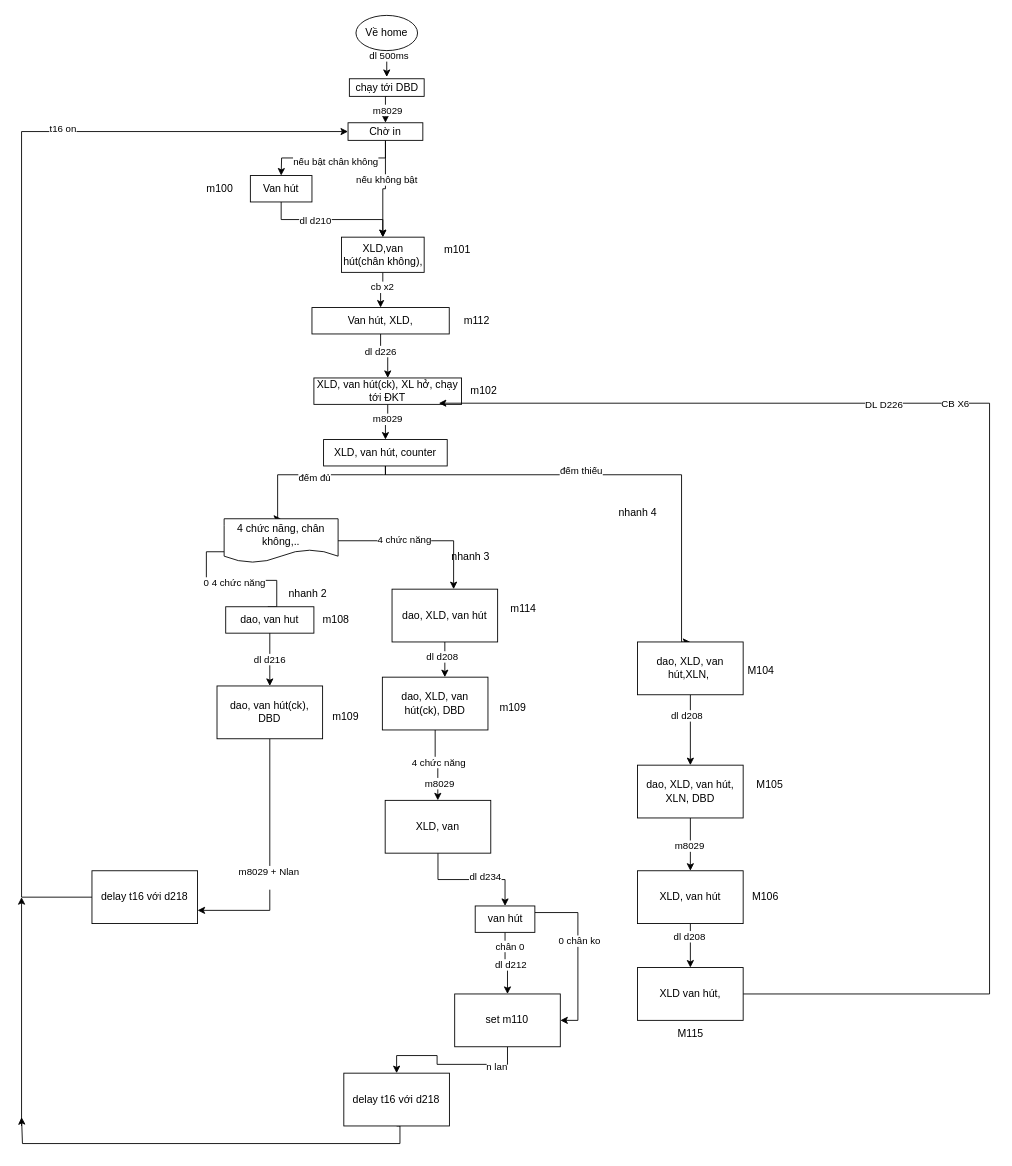
Above: trai muc truoc.drawio in robowindgit/a0-quyencun (draw.io), before the change. Source tidied: cells renumbered, new cells numbered last; positions are measured from the earlier drawing's top-left corner, leaving out a move shared by most shapes. Both pictures are drawn from the tidied source at 88%, with x=0, y=0 at pixel (21, 15).
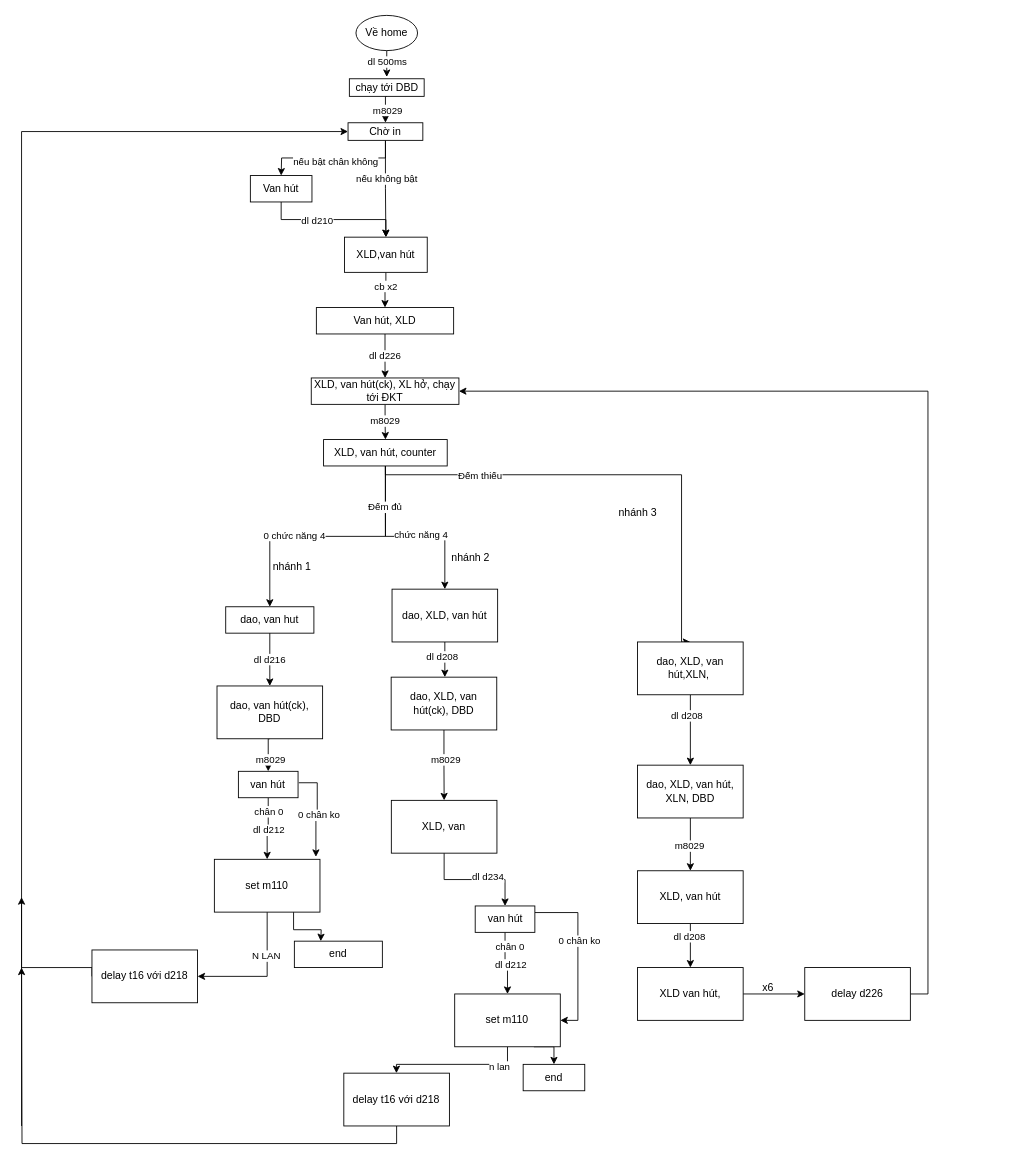
After the change.

Commit message (it also covers changes not shown here):
Cập nhật trai muc truoc.drawio

Unchanged cells that the change refers to:
```xml
<mxCell id="2" style="edgeStyle=orthogonalEdgeStyle;rounded=0;orthogonalLoop=1;jettySize=auto;html=1;exitX=0.5;exitY=1;exitDx=0;exitDy=0;" parent="1" edge="1">
  <mxGeometry relative="1" as="geometry">
    <mxPoint x="415" y="40" as="sourcePoint" />
    <mxPoint x="415" y="70" as="targetPoint" />
  </mxGeometry>
</mxCell>
<mxCell id="13" value="Chờ in" style="rounded=0;whiteSpace=wrap;html=1;" parent="1" vertex="1">
  <mxGeometry x="371" y="122" width="85" height="20" as="geometry" />
</mxCell>
<mxCell id="20" style="edgeStyle=orthogonalEdgeStyle;rounded=0;jettySize=auto;html=1;exitX=0.5;exitY=1;exitDx=0;exitDy=0;entryX=0.5;entryY=0;entryDx=0;entryDy=0;" parent="1" edge="1" source="22" target="25">
  <mxGeometry relative="1" as="geometry" />
</mxCell>
<mxCell id="23" style="edgeStyle=orthogonalEdgeStyle;rounded=0;jettySize=auto;html=1;exitX=0.5;exitY=1;exitDx=0;exitDy=0;" parent="1" edge="1" source="25" target="30">
  <mxGeometry relative="1" as="geometry" />
</mxCell>
<mxCell id="28" style="edgeStyle=orthogonalEdgeStyle;rounded=0;jettySize=auto;html=1;exitX=0.5;exitY=1;exitDx=0;exitDy=0;entryX=0.5;entryY=0;entryDx=0;entryDy=0;" parent="1" edge="1" source="30" target="68">
  <mxGeometry relative="1" as="geometry">
    <Array as="points">
      <mxPoint x="414" y="522" />
      <mxPoint x="750" y="522" />
      <mxPoint x="750" y="712" />
    </Array>
  </mxGeometry>
</mxCell>
<mxCell id="30" value="XLD, van hút, counter" style="whiteSpace=wrap;html=1;" parent="1" vertex="1">
  <mxGeometry x="343.2" y="482" width="140.5" height="30" as="geometry" />
</mxCell>
<mxCell id="34" value="dao, van hut" style="whiteSpace=wrap;html=1;" parent="1" vertex="1">
  <mxGeometry x="232" y="672" width="100.2" height="30" as="geometry" />
</mxCell>
<mxCell id="38" value="dao, van hút(ck), DBD" style="whiteSpace=wrap;html=1;" parent="1" vertex="1">
  <mxGeometry x="222.1" y="762" width="120" height="60" as="geometry" />
</mxCell>
<mxCell id="44" value="dao, XLD, van hút" style="whiteSpace=wrap;html=1;" parent="1" vertex="1">
  <mxGeometry x="421" y="652" width="120" height="60" as="geometry" />
</mxCell>
<mxCell id="63" value="set m110" style="whiteSpace=wrap;html=1;" parent="1" vertex="1">
  <mxGeometry x="492.2" y="1112" width="120" height="60" as="geometry" />
</mxCell>
<mxCell id="65" value="delay t16 với d218" style="whiteSpace=wrap;html=1;" parent="1" vertex="1">
  <mxGeometry x="366.2" y="1202" width="120" height="60" as="geometry" />
</mxCell>
<mxCell id="78" value="XLD van hút," style="whiteSpace=wrap;html=1;" parent="1" vertex="1">
  <mxGeometry x="700" y="1082" width="120" height="60" as="geometry" />
</mxCell>
```

What changed in the source:
```diff
@@
     <mxCell id="3" value="dl 500ms&amp;nbsp;" style="edgeLabel;html=1;align=center;verticalAlign=middle;" parent="2" vertex="1">
-      <mxGeometry x="-0.65" y="3" relative="1" as="geometry" />
+      <mxGeometry x="-0.65" y="3" relative="1" as="geometry">
+        <mxPoint x="-2" y="7" as="offset" />
+      </mxGeometry>
     </mxCell>
@@
-    <mxCell id="19" value="XLD,van hút(chân không)," style="whiteSpace=wrap;html=1;" parent="1" vertex="1">
-      <mxGeometry x="363.5" y="252" width="94" height="40" as="geometry" />
+    <mxCell id="19" value="XLD,van hút" style="whiteSpace=wrap;html=1;" parent="1" vertex="1">
+      <mxGeometry x="367" y="252" width="94" height="40" as="geometry" />
     </mxCell>
@@
     <mxCell id="21" value="dl d226" style="edgeLabel;html=1;align=center;verticalAlign=middle;" parent="20" vertex="1">
-      <mxGeometry x="-0.33" y="-1" relative="1" as="geometry" />
+      <mxGeometry x="-0.33" y="-1" relative="1" as="geometry">
+        <mxPoint y="7" as="offset" />
+      </mxGeometry>
     </mxCell>
-    <mxCell id="22" value="Van hút, XLD," style="whiteSpace=wrap;html=1;" parent="1" vertex="1">
-      <mxGeometry x="330" y="332" width="156" height="30" as="geometry" />
+    <mxCell id="22" value="Van hút, XLD" style="whiteSpace=wrap;html=1;" parent="1" vertex="1">
+      <mxGeometry x="335" y="332" width="156" height="30" as="geometry" />
     </mxCell>
@@
     <mxCell id="24" value="m8029" style="edgeLabel;html=1;align=center;verticalAlign=middle;" parent="23" vertex="1">
-      <mxGeometry x="-0.24" y="-1" relative="1" as="geometry" />
+      <mxGeometry x="-0.24" y="-1" relative="1" as="geometry">
+        <mxPoint y="3" as="offset" />
+      </mxGeometry>
     </mxCell>
     <mxCell id="25" value="XLD, van hút(ck), XL hở, chạy tới ĐKT" style="whiteSpace=wrap;html=1;" parent="1" vertex="1">
-      <mxGeometry x="332.2" y="412" width="167.8" height="30" as="geometry" />
+      <mxGeometry x="329.2" y="412" width="167.8" height="30" as="geometry" />
     </mxCell>
-    <mxCell id="26" style="edgeStyle=orthogonalEdgeStyle;rounded=0;jettySize=auto;html=1;exitX=0.5;exitY=1;exitDx=0;exitDy=0;entryX=0.5;entryY=0;entryDx=0;entryDy=0;" parent="1" edge="1" source="30" target="33">
-      <mxGeometry relative="1" as="geometry">
-        <Array as="points">
-          <mxPoint x="411" y="522" />
-          <mxPoint x="291" y="522" />
-          <mxPoint x="291" y="562" />
-        </Array>
-      </mxGeometry>
-    </mxCell>
-    <mxCell id="27" value="đếm đủ" style="edgeLabel;html=1;align=center;verticalAlign=middle;" parent="26" vertex="1">
-      <mxGeometry x="-0.02" y="3" relative="1" as="geometry" />
-    </mxCell>
@@
-    <mxCell id="29" value="đếm thiếu" style="edgeLabel;html=1;align=center;verticalAlign=middle;" parent="28" vertex="1">
-      <mxGeometry x="-0.15" y="5" relative="1" as="geometry" />
+    <mxCell id="29" value="Đếm thiếu" style="edgeLabel;html=1;align=center;verticalAlign=middle;" parent="28" vertex="1">
+      <mxGeometry x="-0.15" y="5" relative="1" as="geometry">
+        <mxPoint x="-115" y="5" as="offset" />
+      </mxGeometry>
     </mxCell>
+    <mxCell id="94" style="edgeStyle=orthogonalEdgeStyle;rounded=0;jettySize=auto;html=1;exitX=0.5;exitY=1;exitDx=0;exitDy=0;entryX=0.5;entryY=0;entryDx=0;entryDy=0;" parent="1" edge="1" source="30" target="34">
+      <mxGeometry relative="1" as="geometry" />
+    </mxCell>
+    <mxCell id="95" value="0 chức năng 4" style="edgeLabel;html=1;align=center;verticalAlign=middle;" parent="94" vertex="1">
+      <mxGeometry x="0.26" y="-2" relative="1" as="geometry" />
+    </mxCell>
+    <mxCell id="96" style="edgeStyle=orthogonalEdgeStyle;rounded=0;jettySize=auto;html=1;exitX=0.5;exitY=1;exitDx=0;exitDy=0;entryX=0.5;entryY=0;entryDx=0;entryDy=0;" parent="1" edge="1" source="30" target="44">
+      <mxGeometry relative="1" as="geometry">
+        <Array as="points">
+          <mxPoint x="414" y="592" />
+          <mxPoint x="481" y="592" />
+        </Array>
+      </mxGeometry>
+    </mxCell>
+    <mxCell id="97" value="Đếm đủ" style="edgeLabel;html=1;align=center;verticalAlign=middle;" parent="96" vertex="1">
+      <mxGeometry x="-0.56" y="-1" relative="1" as="geometry" />
+    </mxCell>
+    <mxCell id="98" value="chức năng 4" style="edgeLabel;html=1;align=center;verticalAlign=middle;" parent="96" vertex="1">
+      <mxGeometry x="0.02" relative="1" as="geometry">
+        <mxPoint x="14" y="-3" as="offset" />
+      </mxGeometry>
+    </mxCell>
@@
-    <mxCell id="31" style="edgeStyle=orthogonalEdgeStyle;rounded=0;jettySize=auto;html=1;exitX=0;exitY=0.75;exitDx=0;exitDy=0;entryX=0.5;entryY=0;entryDx=0;entryDy=0;" parent="1" edge="1" source="33" target="34">
-      <mxGeometry relative="1" as="geometry">
-        <Array as="points">
-          <mxPoint x="210" y="610" />
-          <mxPoint x="210" y="642" />
-          <mxPoint x="290" y="642" />
-          <mxPoint x="290" y="672" />
-          <mxPoint x="280" y="672" />
-          <mxPoint x="280" y="692" />
-          <mxPoint x="282" y="692" />
-        </Array>
-      </mxGeometry>
-    </mxCell>
-    <mxCell id="32" value="0 4 chức năng" style="edgeLabel;html=1;align=center;verticalAlign=middle;" parent="31" vertex="1">
-      <mxGeometry x="-0.22" y="-2" relative="1" as="geometry" />
-    </mxCell>
-    <mxCell id="33" value="4 chức năng, chân không,.." style="shape=document;whiteSpace=wrap;html=1;boundedLbl=1;" parent="1" vertex="1">
-      <mxGeometry x="230.2" y="572" width="129.5" height="50" as="geometry" />
-    </mxCell>
@@
-    <mxCell id="36" style="edgeStyle=orthogonalEdgeStyle;rounded=0;jettySize=auto;html=1;exitX=0.5;exitY=1;exitDx=0;exitDy=0;entryX=1;entryY=0.75;entryDx=0;entryDy=0;" parent="1" edge="1" source="38" target="41">
-      <mxGeometry relative="1" as="geometry" />
-    </mxCell>
-    <mxCell id="37" value="m8029 + Nlan &lt;br&gt;&lt;span style=&quot;white-space: pre;&quot;&gt;&#9;&lt;/span&gt;" style="edgeLabel;html=1;align=center;verticalAlign=middle;" parent="36" vertex="1">
-      <mxGeometry x="0.13" y="-1" relative="1" as="geometry">
-        <mxPoint x="-1" as="offset" />
-      </mxGeometry>
-    </mxCell>
+    <mxCell id="99" style="edgeStyle=orthogonalEdgeStyle;rounded=0;jettySize=auto;html=1;exitX=0.5;exitY=1;exitDx=0;exitDy=0;entryX=0.5;entryY=0;entryDx=0;entryDy=0;" parent="1" edge="1" source="38" target="110">
+      <mxGeometry relative="1" as="geometry" />
+    </mxCell>
+    <mxCell id="100" value="m8029" style="edgeLabel;html=1;align=center;verticalAlign=middle;" parent="99" vertex="1">
+      <mxGeometry x="0.29" y="2" relative="1" as="geometry" />
+    </mxCell>
@@
     <mxCell id="39" style="edgeStyle=orthogonalEdgeStyle;rounded=0;jettySize=auto;html=1;exitX=0;exitY=0.5;exitDx=0;exitDy=0;entryX=0;entryY=0.5;entryDx=0;entryDy=0;" parent="1" edge="1" source="41" target="13">
       <mxGeometry relative="1" as="geometry">
         <Array as="points">
-          <mxPoint y="1002" />
+          <mxPoint x="80" y="1082" />
+          <mxPoint y="1082" />
           <mxPoint y="132" />
         </Array>
       </mxGeometry>
     </mxCell>
-    <mxCell id="40" value="t16 on" style="edgeLabel;html=1;align=center;verticalAlign=middle;" parent="39" vertex="1">
-      <mxGeometry x="0.51" y="4" relative="1" as="geometry" />
-    </mxCell>
     <mxCell id="41" value="delay t16 với d218" style="whiteSpace=wrap;html=1;" parent="1" vertex="1">
-      <mxGeometry x="80" y="972" width="120" height="60" as="geometry" />
+      <mxGeometry x="80" y="1062" width="120" height="60" as="geometry" />
     </mxCell>
@@
-    <mxCell id="45" style="edgeStyle=orthogonalEdgeStyle;rounded=0;jettySize=auto;html=1;exitX=1;exitY=0.5;exitDx=0;exitDy=0;entryX=0.583;entryY=0;entryDx=0;entryDy=0;entryPerimeter=0;" parent="1" edge="1" source="33" target="44">
-      <mxGeometry relative="1" as="geometry" />
-    </mxCell>
-    <mxCell id="46" value="4 chức năng" style="edgeLabel;html=1;align=center;verticalAlign=middle;" parent="45" vertex="1">
-      <mxGeometry x="-0.2" y="2" relative="1" as="geometry" />
-    </mxCell>
@@
-    <mxCell id="48" style="edgeStyle=orthogonalEdgeStyle;rounded=0;jettySize=auto;html=1;exitX=0.5;exitY=1;exitDx=0;exitDy=0;" parent="1" edge="1" source="51" target="54">
-      <mxGeometry relative="1" as="geometry">
-        <Array as="points">
-          <mxPoint x="470" y="852" />
-          <mxPoint x="473" y="852" />
-        </Array>
-      </mxGeometry>
+    <mxCell id="48" style="edgeStyle=orthogonalEdgeStyle;rounded=0;jettySize=auto;html=1;exitX=0.5;exitY=1;exitDx=0;exitDy=0;entryX=0.5;entryY=0;entryDx=0;entryDy=0;" parent="1" edge="1" source="51" target="54">
+      <mxGeometry relative="1" as="geometry" />
     </mxCell>
-    <mxCell id="49" value="4 chức năng" style="edgeLabel;html=1;align=center;verticalAlign=middle;" parent="48" vertex="1">
-      <mxGeometry x="-0.13" y="3" relative="1" as="geometry" />
-    </mxCell>
-    <mxCell id="50" value="m8029" style="edgeLabel;html=1;align=center;verticalAlign=middle;" parent="48" vertex="1">
-      <mxGeometry x="0.51" y="1" relative="1" as="geometry" />
-    </mxCell>
+    <mxCell id="101" value="m8029" style="edgeLabel;html=1;align=center;verticalAlign=middle;" parent="48" vertex="1">
+      <mxGeometry x="-0.17" y="1" relative="1" as="geometry" />
+    </mxCell>
     <mxCell id="51" value="dao, XLD, van hút(ck), DBD" style="whiteSpace=wrap;html=1;" parent="1" vertex="1">
-      <mxGeometry x="410" y="752" width="120" height="60" as="geometry" />
+      <mxGeometry x="420" y="752" width="120" height="60" as="geometry" />
     </mxCell>
@@
     <mxCell id="54" value="XLD, van" style="whiteSpace=wrap;html=1;" parent="1" vertex="1">
-      <mxGeometry x="413.2" y="892" width="120" height="60" as="geometry" />
+      <mxGeometry x="420.2" y="892" width="120" height="60" as="geometry" />
     </mxCell>
@@
     <mxCell id="61" style="edgeStyle=orthogonalEdgeStyle;rounded=0;jettySize=auto;html=1;exitX=0.5;exitY=1;exitDx=0;exitDy=0;" parent="1" edge="1" source="63" target="65">
-      <mxGeometry relative="1" as="geometry" />
+      <mxGeometry relative="1" as="geometry">
+        <Array as="points">
+          <mxPoint x="552" y="1192" />
+          <mxPoint x="426" y="1192" />
+        </Array>
+      </mxGeometry>
     </mxCell>
@@
+    <mxCell id="102" style="edgeStyle=orthogonalEdgeStyle;rounded=0;jettySize=auto;html=1;exitX=0.75;exitY=1;exitDx=0;exitDy=0;entryX=0.5;entryY=0;entryDx=0;entryDy=0;" parent="1" edge="1" source="63" target="116">
+      <mxGeometry relative="1" as="geometry" />
+    </mxCell>
@@
-    <mxCell id="64" style="edgeStyle=orthogonalEdgeStyle;rounded=0;jettySize=auto;html=1;exitX=0.5;exitY=1;exitDx=0;exitDy=0;" parent="1" edge="1" source="65">
-      <mxGeometry relative="1" as="geometry">
-        <mxPoint y="1252" as="targetPoint" />
-        <Array as="points">
-          <mxPoint x="430" y="1262" />
-          <mxPoint x="430" y="1282" />
-          <mxPoint x="1" y="1282" />
-          <mxPoint x="1" y="1252" />
-        </Array>
-      </mxGeometry>
-    </mxCell>
+    <mxCell id="103" style="edgeStyle=orthogonalEdgeStyle;rounded=0;jettySize=auto;html=1;exitX=0.5;exitY=1;exitDx=0;exitDy=0;" parent="1" edge="1" source="65">
+      <mxGeometry relative="1" as="geometry">
+        <mxPoint y="1082" as="targetPoint" />
+      </mxGeometry>
+    </mxCell>
@@
-    <mxCell id="75" style="edgeStyle=orthogonalEdgeStyle;rounded=0;jettySize=auto;html=1;entryX=0.846;entryY=0.956;entryDx=0;entryDy=0;entryPerimeter=0;" parent="1" edge="1" source="78" target="25">
-      <mxGeometry relative="1" as="geometry">
-        <Array as="points">
-          <mxPoint x="1100" y="1112" />
-          <mxPoint x="1100" y="441" />
-        </Array>
-      </mxGeometry>
-    </mxCell>
-    <mxCell id="76" value="CB X6" style="edgeLabel;html=1;align=center;verticalAlign=middle;" parent="75" vertex="1">
-      <mxGeometry x="-0.06" y="2" relative="1" as="geometry">
-        <mxPoint x="-38" y="-211" as="offset" />
-      </mxGeometry>
-    </mxCell>
-    <mxCell id="77" value="DL D226" style="edgeLabel;html=1;align=center;verticalAlign=middle;" parent="75" vertex="1">
-      <mxGeometry x="0.36" y="1" relative="1" as="geometry">
-        <mxPoint y="1" as="offset" />
-      </mxGeometry>
-    </mxCell>
+    <mxCell id="104" style="edgeStyle=orthogonalEdgeStyle;rounded=0;jettySize=auto;html=1;exitX=1;exitY=0.5;exitDx=0;exitDy=0;" parent="1" edge="1" source="78" target="118">
+      <mxGeometry relative="1" as="geometry" />
+    </mxCell>
@@
-    <mxCell id="79" value="m100" style="text;html=1;align=center;verticalAlign=middle;strokeColor=none;fillColor=none;" parent="1" vertex="1">
-      <mxGeometry x="200" y="182" width="50" height="30" as="geometry" />
-    </mxCell>
-    <mxCell id="80" value="m101" style="text;html=1;align=center;verticalAlign=middle;strokeColor=none;fillColor=none;" parent="1" vertex="1">
-      <mxGeometry x="470" y="252" width="50" height="30" as="geometry" />
-    </mxCell>
-    <mxCell id="81" value="m112" style="text;html=1;align=center;verticalAlign=middle;strokeColor=none;fillColor=none;" parent="1" vertex="1">
-      <mxGeometry x="492.2" y="332" width="50" height="30" as="geometry" />
-    </mxCell>
-    <mxCell id="82" value="m108" style="text;html=1;align=center;verticalAlign=middle;strokeColor=none;fillColor=none;" parent="1" vertex="1">
-      <mxGeometry x="332.2" y="672" width="50" height="30" as="geometry" />
-    </mxCell>
-    <mxCell id="83" value="m114" style="text;html=1;align=center;verticalAlign=middle;strokeColor=none;fillColor=none;" parent="1" vertex="1">
-      <mxGeometry x="545" y="660" width="50" height="30" as="geometry" />
-    </mxCell>
-    <mxCell id="84" value="m109" style="text;html=1;align=center;verticalAlign=middle;strokeColor=none;fillColor=none;" parent="1" vertex="1">
-      <mxGeometry x="533.2" y="772" width="50" height="30" as="geometry" />
-    </mxCell>
-    <mxCell id="85" value="m109" style="text;html=1;align=center;verticalAlign=middle;strokeColor=none;fillColor=none;" parent="1" vertex="1">
-      <mxGeometry x="343.2" y="782" width="50" height="30" as="geometry" />
-    </mxCell>
-    <mxCell id="86" value="M104" style="text;html=1;align=center;verticalAlign=middle;strokeColor=none;fillColor=none;" parent="1" vertex="1">
-      <mxGeometry x="815" y="730" width="50" height="30" as="geometry" />
-    </mxCell>
-    <mxCell id="87" value="M105" style="text;html=1;align=center;verticalAlign=middle;strokeColor=none;fillColor=none;" parent="1" vertex="1">
-      <mxGeometry x="825" y="860" width="50" height="30" as="geometry" />
-    </mxCell>
-    <mxCell id="88" value="M106" style="text;html=1;align=center;verticalAlign=middle;strokeColor=none;fillColor=none;" parent="1" vertex="1">
-      <mxGeometry x="820" y="987" width="50" height="30" as="geometry" />
-    </mxCell>
-    <mxCell id="89" value="M115" style="text;html=1;align=center;verticalAlign=middle;strokeColor=none;fillColor=none;" parent="1" vertex="1">
-      <mxGeometry x="735" y="1142" width="50" height="30" as="geometry" />
-    </mxCell>
-    <mxCell id="90" value="m102" style="text;html=1;align=center;verticalAlign=middle;strokeColor=none;fillColor=none;" parent="1" vertex="1">
-      <mxGeometry x="500" y="412" width="50" height="30" as="geometry" />
-    </mxCell>
-    <mxCell id="91" value="nhanh 4" style="text;html=1;align=center;verticalAlign=middle;strokeColor=none;fillColor=none;" parent="1" vertex="1">
+    <mxCell id="91" value="nhánh 3" style="text;html=1;align=center;verticalAlign=middle;strokeColor=none;fillColor=none;" parent="1" vertex="1">
       <mxGeometry x="665" y="550" width="70" height="30" as="geometry" />
     </mxCell>
-    <mxCell id="92" value="nhanh 3" style="text;html=1;align=center;verticalAlign=middle;strokeColor=none;fillColor=none;" parent="1" vertex="1">
-      <mxGeometry x="475" y="600" width="70" height="30" as="geometry" />
+    <mxCell id="92" value="nhánh 2" style="text;html=1;align=center;verticalAlign=middle;strokeColor=none;fillColor=none;" parent="1" vertex="1">
+      <mxGeometry x="475" y="602" width="70" height="30" as="geometry" />
     </mxCell>
-    <mxCell id="93" value="nhanh 2" style="text;html=1;align=center;verticalAlign=middle;strokeColor=none;fillColor=none;" parent="1" vertex="1">
-      <mxGeometry x="289.8" y="642" width="70" height="30" as="geometry" />
+    <mxCell id="93" value="nhánh 1" style="text;html=1;align=center;verticalAlign=middle;strokeColor=none;fillColor=none;" parent="1" vertex="1">
+      <mxGeometry x="272.1" y="612" width="70" height="30" as="geometry" />
     </mxCell>
+    <mxCell id="105" style="edgeStyle=orthogonalEdgeStyle;rounded=0;jettySize=auto;html=1;exitX=0.5;exitY=1;exitDx=0;exitDy=0;entryX=0.5;entryY=0;entryDx=0;entryDy=0;" parent="1" edge="1" source="110" target="114">
+      <mxGeometry relative="1" as="geometry" />
+    </mxCell>
+    <mxCell id="106" value="dl d212" style="edgeLabel;html=1;align=center;verticalAlign=middle;" parent="105" vertex="1">
+      <mxGeometry x="0.06" y="3" relative="1" as="geometry">
+        <mxPoint x="-2" as="offset" />
+      </mxGeometry>
+    </mxCell>
+    <mxCell id="107" value="chân 0" style="edgeLabel;html=1;align=center;verticalAlign=middle;" parent="105" vertex="1">
+      <mxGeometry x="-0.58" y="5" relative="1" as="geometry">
+        <mxPoint x="-5" as="offset" />
+      </mxGeometry>
+    </mxCell>
+    <mxCell id="108" style="edgeStyle=orthogonalEdgeStyle;rounded=0;orthogonalLoop=1;jettySize=auto;html=1;entryX=0.953;entryY=-0.046;entryDx=0;entryDy=0;entryPerimeter=0;" parent="1" edge="1">
+      <mxGeometry relative="1" as="geometry">
+        <mxPoint x="315" y="872" as="sourcePoint" />
+        <mxPoint x="334.5" y="956.2" as="targetPoint" />
+        <Array as="points">
+          <mxPoint x="315" y="872" />
+          <mxPoint x="336" y="872" />
+          <mxPoint x="336" y="912" />
+          <mxPoint x="334" y="912" />
+        </Array>
+      </mxGeometry>
+    </mxCell>
+    <mxCell id="109" value="0 chân ko" style="edgeLabel;html=1;align=center;verticalAlign=middle;" parent="108" vertex="1">
+      <mxGeometry x="-0.15" y="1" relative="1" as="geometry">
+        <mxPoint y="12" as="offset" />
+      </mxGeometry>
+    </mxCell>
+    <mxCell id="110" value="van hút" style="whiteSpace=wrap;html=1;" parent="1" vertex="1">
+      <mxGeometry x="246.4" y="859" width="67.8" height="30" as="geometry" />
+    </mxCell>
+    <mxCell id="111" style="edgeStyle=orthogonalEdgeStyle;rounded=0;jettySize=auto;html=1;exitX=0.5;exitY=1;exitDx=0;exitDy=0;entryX=1;entryY=0.5;entryDx=0;entryDy=0;" parent="1" edge="1" source="114" target="41">
+      <mxGeometry relative="1" as="geometry" />
+    </mxCell>
+    <mxCell id="112" value="N LAN" style="edgeLabel;html=1;align=center;verticalAlign=middle;" parent="111" vertex="1">
+      <mxGeometry x="-0.35" y="-2" relative="1" as="geometry" />
+    </mxCell>
+    <mxCell id="113" style="edgeStyle=orthogonalEdgeStyle;rounded=0;jettySize=auto;html=1;exitX=0.75;exitY=1;exitDx=0;exitDy=0;" parent="1" edge="1" source="114">
+      <mxGeometry relative="1" as="geometry">
+        <mxPoint x="340" y="1052" as="targetPoint" />
+      </mxGeometry>
+    </mxCell>
+    <mxCell id="114" value="set m110" style="whiteSpace=wrap;html=1;" parent="1" vertex="1">
+      <mxGeometry x="219.1" y="959" width="120" height="60" as="geometry" />
+    </mxCell>
+    <mxCell id="115" value="end" style="whiteSpace=wrap;html=1;" parent="1" vertex="1">
+      <mxGeometry x="310" y="1052" width="100" height="30" as="geometry" />
+    </mxCell>
+    <mxCell id="116" value="end" style="whiteSpace=wrap;html=1;" parent="1" vertex="1">
+      <mxGeometry x="570" y="1192" width="70" height="30" as="geometry" />
+    </mxCell>
+    <mxCell id="117" style="edgeStyle=orthogonalEdgeStyle;rounded=0;jettySize=auto;html=1;exitX=1;exitY=0.5;exitDx=0;exitDy=0;entryX=1;entryY=0.5;entryDx=0;entryDy=0;" parent="1" edge="1" source="118" target="25">
+      <mxGeometry relative="1" as="geometry" />
+    </mxCell>
+    <mxCell id="118" value="delay d226" style="whiteSpace=wrap;html=1;" parent="1" vertex="1">
+      <mxGeometry x="890" y="1082" width="120" height="60" as="geometry" />
+    </mxCell>
+    <mxCell id="119" value="x6" style="text;html=1;align=center;verticalAlign=middle;strokeColor=none;fillColor=none;" parent="1" vertex="1">
+      <mxGeometry x="828" y="1090" width="40" height="30" as="geometry" />
+    </mxCell>
```
